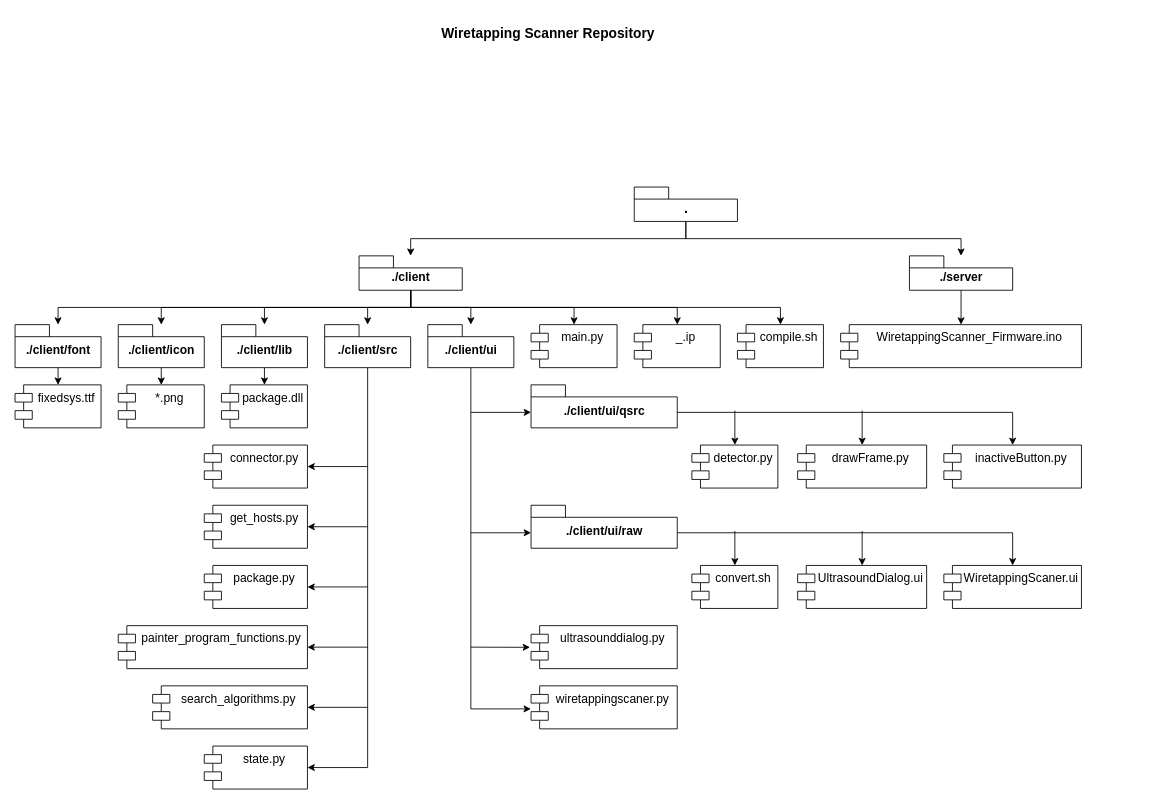
The draw.io diagram page "Wiretapping Scanner Repository" (5 of 6) of schemes/Wiretapping Scanner.drawio in Nakama3942/WiretappingScanner, before the edit. Source tidied: cells renumbered, new cells numbered last; positions are measured from the earlier drawing's top-left corner, leaving out a move shared by most shapes. Both pictures are drawn from the tidied source at 86%, with x=0, y=0 at pixel (15, 15).
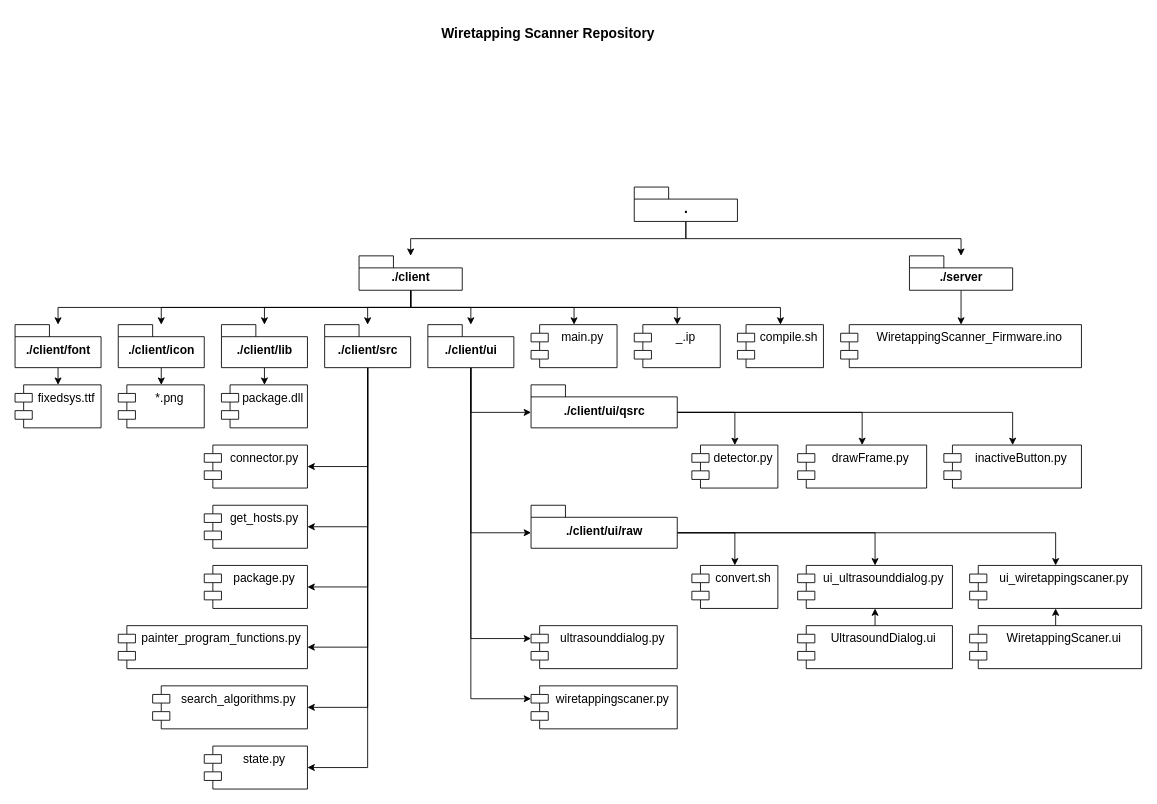
Above is the later version.

The change refers to these unchanged cells:
```xml
<mxCell id="24" value="./client/src" style="shape=folder;fontStyle=1;spacingTop=10;tabWidth=40;tabHeight=14;tabPosition=left;html=1;fontSize=14;" parent="1" vertex="1">
  <mxGeometry x="360" y="360" width="100" height="50" as="geometry" />
</mxCell>
<mxCell id="26" value="./client/ui" style="shape=folder;fontStyle=1;spacingTop=10;tabWidth=40;tabHeight=14;tabPosition=left;html=1;fontSize=14;" parent="1" vertex="1">
  <mxGeometry x="480" y="360" width="100" height="50" as="geometry" />
</mxCell>
<mxCell id="28" value="./client/ui/qsrc" style="shape=folder;fontStyle=1;spacingTop=10;tabWidth=40;tabHeight=14;tabPosition=left;html=1;fontSize=14;" parent="1" vertex="1">
  <mxGeometry x="600" y="430" width="170" height="50" as="geometry" />
</mxCell>
<mxCell id="30" value="./client/ui/raw" style="shape=folder;fontStyle=1;spacingTop=10;tabWidth=40;tabHeight=14;tabPosition=left;html=1;fontSize=14;" parent="1" vertex="1">
  <mxGeometry x="600" y="570" width="170" height="50" as="geometry" />
</mxCell>
<mxCell id="35" value="connector.py" style="shape=module;align=left;spacingLeft=20;align=center;verticalAlign=top;fontSize=14;" parent="1" vertex="1">
  <mxGeometry x="220" y="500" width="120" height="50" as="geometry" />
</mxCell>
<mxCell id="36" value="get_hosts.py" style="shape=module;align=left;spacingLeft=20;align=center;verticalAlign=top;fontSize=14;" parent="1" vertex="1">
  <mxGeometry x="220" y="570" width="120" height="50" as="geometry" />
</mxCell>
<mxCell id="37" value="package.py" style="shape=module;align=left;spacingLeft=20;align=center;verticalAlign=top;fontSize=14;" parent="1" vertex="1">
  <mxGeometry x="220" y="640" width="120" height="50" as="geometry" />
</mxCell>
<mxCell id="38" value="painter_program_functions.py" style="shape=module;align=left;spacingLeft=20;align=center;verticalAlign=top;fontSize=14;" parent="1" vertex="1">
  <mxGeometry x="120" y="710" width="220" height="50" as="geometry" />
</mxCell>
<mxCell id="39" value="search_algorithms.py" style="shape=module;align=left;spacingLeft=20;align=center;verticalAlign=top;fontSize=14;" parent="1" vertex="1">
  <mxGeometry x="160" y="780" width="180" height="50" as="geometry" />
</mxCell>
<mxCell id="40" value="state.py" style="shape=module;align=left;spacingLeft=20;align=center;verticalAlign=top;fontSize=14;" parent="1" vertex="1">
  <mxGeometry x="220" y="850" width="120" height="50" as="geometry" />
</mxCell>
<mxCell id="41" value="detector.py" style="shape=module;align=left;spacingLeft=20;align=center;verticalAlign=top;fontSize=14;" parent="1" vertex="1">
  <mxGeometry x="787" y="500" width="100" height="50" as="geometry" />
</mxCell>
<mxCell id="42" value="drawFrame.py" style="shape=module;align=left;spacingLeft=20;align=center;verticalAlign=top;fontSize=14;" parent="1" vertex="1">
  <mxGeometry x="910" y="500" width="150" height="50" as="geometry" />
</mxCell>
<mxCell id="43" value="inactiveButton.py" style="shape=module;align=left;spacingLeft=20;align=center;verticalAlign=top;fontSize=14;" parent="1" vertex="1">
  <mxGeometry x="1080" y="500" width="160" height="50" as="geometry" />
</mxCell>
<mxCell id="44" value="convert.sh" style="shape=module;align=left;spacingLeft=20;align=center;verticalAlign=top;fontSize=14;" parent="1" vertex="1">
  <mxGeometry x="787" y="640" width="100" height="50" as="geometry" />
</mxCell>
<mxCell id="47" value="ultrasounddialog.py" style="shape=module;align=left;spacingLeft=20;align=center;verticalAlign=top;fontSize=14;" parent="1" vertex="1">
  <mxGeometry x="600" y="710" width="170" height="50" as="geometry" />
</mxCell>
<mxCell id="48" value="wiretappingscaner.py" style="shape=module;align=left;spacingLeft=20;align=center;verticalAlign=top;fontSize=14;" parent="1" vertex="1">
  <mxGeometry x="600" y="780" width="170" height="50" as="geometry" />
</mxCell>
```

What changed in the source:
```diff
@@
-    <mxCell id="23" style="edgeStyle=orthogonalEdgeStyle;rounded=0;jettySize=auto;html=1;exitX=0.5;exitY=1;exitDx=0;exitDy=0;exitPerimeter=0;entryX=1;entryY=0.5;entryDx=0;entryDy=0;fontSize=14;" parent="1" edge="1" source="24" target="40">
+    <mxCell id="23" style="edgeStyle=orthogonalEdgeStyle;rounded=0;jettySize=auto;html=1;exitX=0.5;exitY=1;exitDx=0;exitDy=0;exitPerimeter=0;entryX=1;entryY=0.5;entryDx=0;entryDy=0;" parent="1" edge="1" source="24" target="40">
       <mxGeometry relative="1" as="geometry" />
     </mxCell>
+    <mxCell id="64" style="edgeStyle=orthogonalEdgeStyle;rounded=0;jettySize=auto;html=1;exitX=0.5;exitY=1;exitDx=0;exitDy=0;exitPerimeter=0;entryX=1;entryY=0.5;entryDx=0;entryDy=0;" parent="1" edge="1" source="24" target="39">
+      <mxGeometry relative="1" as="geometry" />
+    </mxCell>
+    <mxCell id="65" style="edgeStyle=orthogonalEdgeStyle;rounded=0;jettySize=auto;html=1;exitX=0.5;exitY=1;exitDx=0;exitDy=0;exitPerimeter=0;entryX=1;entryY=0.5;entryDx=0;entryDy=0;" parent="1" edge="1" source="24" target="38">
+      <mxGeometry relative="1" as="geometry" />
+    </mxCell>
+    <mxCell id="66" style="edgeStyle=orthogonalEdgeStyle;rounded=0;jettySize=auto;html=1;exitX=0.5;exitY=1;exitDx=0;exitDy=0;exitPerimeter=0;entryX=1;entryY=0.5;entryDx=0;entryDy=0;" parent="1" edge="1" source="24" target="37">
+      <mxGeometry relative="1" as="geometry" />
+    </mxCell>
+    <mxCell id="67" style="edgeStyle=orthogonalEdgeStyle;rounded=0;jettySize=auto;html=1;exitX=0.5;exitY=1;exitDx=0;exitDy=0;exitPerimeter=0;entryX=1;entryY=0.5;entryDx=0;entryDy=0;" parent="1" edge="1" source="24" target="36">
+      <mxGeometry relative="1" as="geometry" />
+    </mxCell>
+    <mxCell id="68" style="edgeStyle=orthogonalEdgeStyle;rounded=0;jettySize=auto;html=1;exitX=0.5;exitY=1;exitDx=0;exitDy=0;exitPerimeter=0;entryX=1;entryY=0.5;entryDx=0;entryDy=0;" parent="1" edge="1" source="24" target="35">
+      <mxGeometry relative="1" as="geometry" />
+    </mxCell>
@@
+    <mxCell id="69" style="edgeStyle=orthogonalEdgeStyle;rounded=0;jettySize=auto;html=1;exitX=0.5;exitY=1;exitDx=0;exitDy=0;exitPerimeter=0;entryX=0;entryY=0;entryDx=0;entryDy=32;entryPerimeter=0;" parent="1" edge="1" source="26" target="28">
+      <mxGeometry relative="1" as="geometry" />
+    </mxCell>
+    <mxCell id="70" style="edgeStyle=orthogonalEdgeStyle;rounded=0;jettySize=auto;html=1;exitX=0.5;exitY=1;exitDx=0;exitDy=0;exitPerimeter=0;entryX=0;entryY=0;entryDx=0;entryDy=32;entryPerimeter=0;" parent="1" edge="1" source="26" target="30">
+      <mxGeometry relative="1" as="geometry" />
+    </mxCell>
+    <mxCell id="71" style="edgeStyle=orthogonalEdgeStyle;rounded=0;jettySize=auto;html=1;exitX=0.5;exitY=1;exitDx=0;exitDy=0;exitPerimeter=0;entryX=0;entryY=0;entryDx=0;entryDy=15;entryPerimeter=0;" parent="1" edge="1" source="26" target="47">
+      <mxGeometry relative="1" as="geometry" />
+    </mxCell>
-    <mxCell id="25" style="edgeStyle=orthogonalEdgeStyle;rounded=0;jettySize=auto;html=1;exitX=0.5;exitY=1;exitDx=0;exitDy=0;exitPerimeter=0;entryX=-0.001;entryY=0.536;entryDx=0;entryDy=0;entryPerimeter=0;fontSize=14;" parent="1" edge="1" source="26" target="48">
+    <mxCell id="25" style="edgeStyle=orthogonalEdgeStyle;rounded=0;jettySize=auto;html=1;exitX=0.5;exitY=1;exitDx=0;exitDy=0;exitPerimeter=0;entryX=0;entryY=0;entryDx=0;entryDy=15;entryPerimeter=0;" parent="1" edge="1" source="26" target="48">
       <mxGeometry relative="1" as="geometry" />
     </mxCell>
@@
-    <mxCell id="27" style="edgeStyle=orthogonalEdgeStyle;rounded=0;jettySize=auto;html=1;exitX=0;exitY=0;exitDx=170;exitDy=32;exitPerimeter=0;entryX=0.5;entryY=0;entryDx=0;entryDy=0;fontSize=14;" parent="1" edge="1" source="28" target="43">
+    <mxCell id="27" style="edgeStyle=orthogonalEdgeStyle;rounded=0;jettySize=auto;html=1;exitX=0;exitY=0;exitDx=170;exitDy=32;exitPerimeter=0;entryX=0.5;entryY=0;entryDx=0;entryDy=0;" parent="1" edge="1" source="28" target="43">
       <mxGeometry relative="1" as="geometry" />
     </mxCell>
+    <mxCell id="72" style="edgeStyle=orthogonalEdgeStyle;rounded=0;jettySize=auto;html=1;exitX=0;exitY=0;exitDx=170;exitDy=32;exitPerimeter=0;entryX=0.5;entryY=0;entryDx=0;entryDy=0;" parent="1" edge="1" source="28" target="42">
+      <mxGeometry relative="1" as="geometry" />
+    </mxCell>
+    <mxCell id="73" style="edgeStyle=orthogonalEdgeStyle;rounded=0;jettySize=auto;html=1;exitX=0;exitY=0;exitDx=170;exitDy=32;exitPerimeter=0;entryX=0.5;entryY=0;entryDx=0;entryDy=0;" parent="1" edge="1" source="28" target="41">
+      <mxGeometry relative="1" as="geometry" />
+    </mxCell>
@@
-    <mxCell id="29" style="edgeStyle=orthogonalEdgeStyle;rounded=0;jettySize=auto;html=1;exitX=0;exitY=0;exitDx=170;exitDy=32;exitPerimeter=0;entryX=0.5;entryY=0;entryDx=0;entryDy=0;fontSize=14;" parent="1" edge="1" source="30" target="46">
-      <mxGeometry relative="1" as="geometry" />
-    </mxCell>
+    <mxCell id="74" style="edgeStyle=orthogonalEdgeStyle;rounded=0;jettySize=auto;html=1;exitX=0;exitY=0;exitDx=170;exitDy=32;exitPerimeter=0;entryX=0.5;entryY=0;entryDx=0;entryDy=0;" parent="1" edge="1" source="30" target="44">
+      <mxGeometry relative="1" as="geometry" />
+    </mxCell>
+    <mxCell id="75" style="edgeStyle=orthogonalEdgeStyle;rounded=0;jettySize=auto;html=1;exitX=0;exitY=0;exitDx=170;exitDy=32;exitPerimeter=0;entryX=0.5;entryY=0;entryDx=0;entryDy=0;" parent="1" edge="1" source="30" target="79">
+      <mxGeometry relative="1" as="geometry" />
+    </mxCell>
+    <mxCell id="76" style="edgeStyle=orthogonalEdgeStyle;rounded=0;jettySize=auto;html=1;exitX=0;exitY=0;exitDx=170;exitDy=32;exitPerimeter=0;entryX=0.5;entryY=0;entryDx=0;entryDy=0;" parent="1" edge="1" source="30" target="80">
+      <mxGeometry relative="1" as="geometry" />
+    </mxCell>
@@
+    <mxCell id="77" style="edgeStyle=orthogonalEdgeStyle;rounded=0;jettySize=auto;html=1;exitX=0.5;exitY=0;exitDx=0;exitDy=0;entryX=0.5;entryY=1;entryDx=0;entryDy=0;" parent="1" edge="1" source="45" target="79">
+      <mxGeometry relative="1" as="geometry" />
+    </mxCell>
     <mxCell id="45" value="UltrasoundDialog.ui" style="shape=module;align=left;spacingLeft=20;align=center;verticalAlign=top;fontSize=14;" parent="1" vertex="1">
-      <mxGeometry x="910" y="640" width="150" height="50" as="geometry" />
+      <mxGeometry x="910" y="710" width="180" height="50" as="geometry" />
     </mxCell>
+    <mxCell id="78" style="edgeStyle=orthogonalEdgeStyle;rounded=0;jettySize=auto;html=1;exitX=0.5;exitY=0;exitDx=0;exitDy=0;entryX=0.5;entryY=1;entryDx=0;entryDy=0;" parent="1" edge="1" source="46" target="80">
+      <mxGeometry relative="1" as="geometry" />
+    </mxCell>
     <mxCell id="46" value="WiretappingScaner.ui" style="shape=module;align=left;spacingLeft=20;align=center;verticalAlign=top;fontSize=14;" parent="1" vertex="1">
-      <mxGeometry x="1080" y="640" width="160" height="50" as="geometry" />
+      <mxGeometry x="1110" y="710" width="200" height="50" as="geometry" />
     </mxCell>
@@
-    <mxCell id="52" style="endArrow=classic;html=1;rounded=0;fontSize=14;entryX=1;entryY=0.5;entryDx=0;entryDy=0;" parent="1" edge="1" target="35">
-      <mxGeometry relative="1" as="geometry">
-        <mxPoint x="410" y="525" as="sourcePoint" />
-      </mxGeometry>
-    </mxCell>
-    <mxCell id="53" style="endArrow=classic;html=1;rounded=0;fontSize=14;entryX=1;entryY=0.5;entryDx=0;entryDy=0;" parent="1" edge="1" target="36">
-      <mxGeometry relative="1" as="geometry">
-        <mxPoint x="410" y="595" as="sourcePoint" />
-      </mxGeometry>
-    </mxCell>
-    <mxCell id="54" style="endArrow=classic;html=1;rounded=0;fontSize=14;entryX=1;entryY=0.5;entryDx=0;entryDy=0;" parent="1" edge="1" target="37">
-      <mxGeometry relative="1" as="geometry">
-        <mxPoint x="410" y="665" as="sourcePoint" />
-      </mxGeometry>
-    </mxCell>
-    <mxCell id="55" style="endArrow=classic;html=1;rounded=0;fontSize=14;entryX=1;entryY=0.5;entryDx=0;entryDy=0;" parent="1" edge="1" target="38">
-      <mxGeometry relative="1" as="geometry">
-        <mxPoint x="410" y="735" as="sourcePoint" />
-      </mxGeometry>
-    </mxCell>
-    <mxCell id="56" style="endArrow=classic;html=1;rounded=0;fontSize=14;entryX=1;entryY=0.5;entryDx=0;entryDy=0;" parent="1" edge="1" target="39">
-      <mxGeometry relative="1" as="geometry">
-        <mxPoint x="410" y="805" as="sourcePoint" />
-      </mxGeometry>
-    </mxCell>
-    <mxCell id="57" style="endArrow=classic;html=1;rounded=0;fontSize=14;entryX=0;entryY=0;entryDx=0;entryDy=32;entryPerimeter=0;" parent="1" edge="1" target="28">
-      <mxGeometry relative="1" as="geometry">
-        <mxPoint x="530" y="462" as="sourcePoint" />
-      </mxGeometry>
-    </mxCell>
-    <mxCell id="58" style="endArrow=classic;html=1;rounded=0;fontSize=14;entryX=0;entryY=0;entryDx=0;entryDy=32;entryPerimeter=0;" parent="1" edge="1" target="30">
-      <mxGeometry relative="1" as="geometry">
-        <mxPoint x="530" y="602" as="sourcePoint" />
-      </mxGeometry>
-    </mxCell>
-    <mxCell id="59" style="endArrow=classic;html=1;rounded=0;fontSize=14;entryX=-0.007;entryY=0.504;entryDx=0;entryDy=0;entryPerimeter=0;" parent="1" edge="1" target="47">
-      <mxGeometry relative="1" as="geometry">
-        <mxPoint x="530" y="735" as="sourcePoint" />
-      </mxGeometry>
-    </mxCell>
-    <mxCell id="60" style="endArrow=classic;html=1;rounded=0;fontSize=14;entryX=0.5;entryY=0;entryDx=0;entryDy=0;" parent="1" edge="1" target="42">
-      <mxGeometry relative="1" as="geometry">
-        <mxPoint x="985" y="460" as="sourcePoint" />
-      </mxGeometry>
-    </mxCell>
-    <mxCell id="61" style="endArrow=classic;html=1;rounded=0;fontSize=14;entryX=0.5;entryY=0;entryDx=0;entryDy=0;" parent="1" edge="1" target="41">
-      <mxGeometry relative="1" as="geometry">
-        <mxPoint x="837" y="460" as="sourcePoint" />
-      </mxGeometry>
-    </mxCell>
-    <mxCell id="62" style="endArrow=classic;html=1;rounded=0;fontSize=14;entryX=0.5;entryY=0;entryDx=0;entryDy=0;" parent="1" edge="1" target="45">
-      <mxGeometry relative="1" as="geometry">
-        <mxPoint x="985" y="600" as="sourcePoint" />
-      </mxGeometry>
-    </mxCell>
-    <mxCell id="63" style="endArrow=classic;html=1;rounded=0;fontSize=14;entryX=0.5;entryY=0;entryDx=0;entryDy=0;" parent="1" edge="1" target="44">
-      <mxGeometry relative="1" as="geometry">
-        <mxPoint x="837" y="600" as="sourcePoint" />
-      </mxGeometry>
-    </mxCell>
+    <mxCell id="79" value="ui_ultrasounddialog.py" style="shape=module;align=left;spacingLeft=20;align=center;verticalAlign=top;fontSize=14;" parent="1" vertex="1">
+      <mxGeometry x="910" y="640" width="180" height="50" as="geometry" />
+    </mxCell>
+    <mxCell id="80" value="ui_wiretappingscaner.py" style="shape=module;align=left;spacingLeft=20;align=center;verticalAlign=top;fontSize=14;" parent="1" vertex="1">
+      <mxGeometry x="1110" y="640" width="200" height="50" as="geometry" />
+    </mxCell>
```
